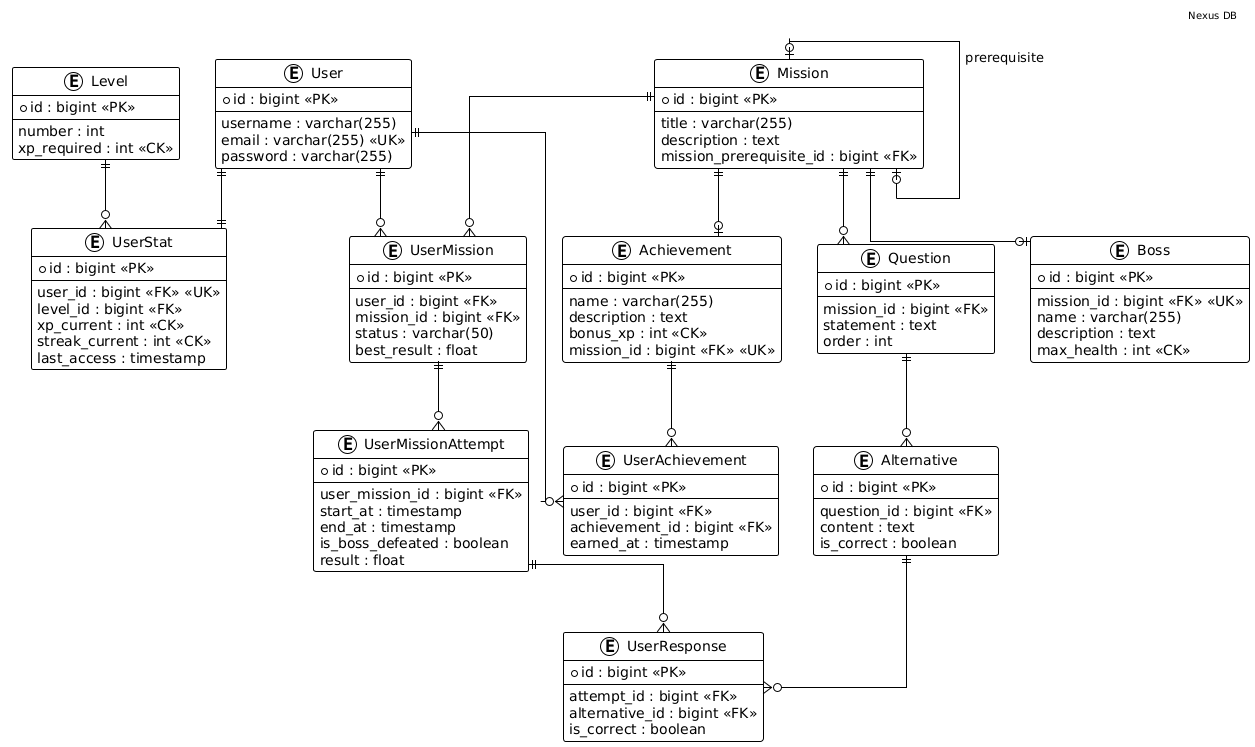
This is resources/assets/dbER.png from dhiogonasc/Nexus-RPG, a PlantUML export, as it was before one commit.
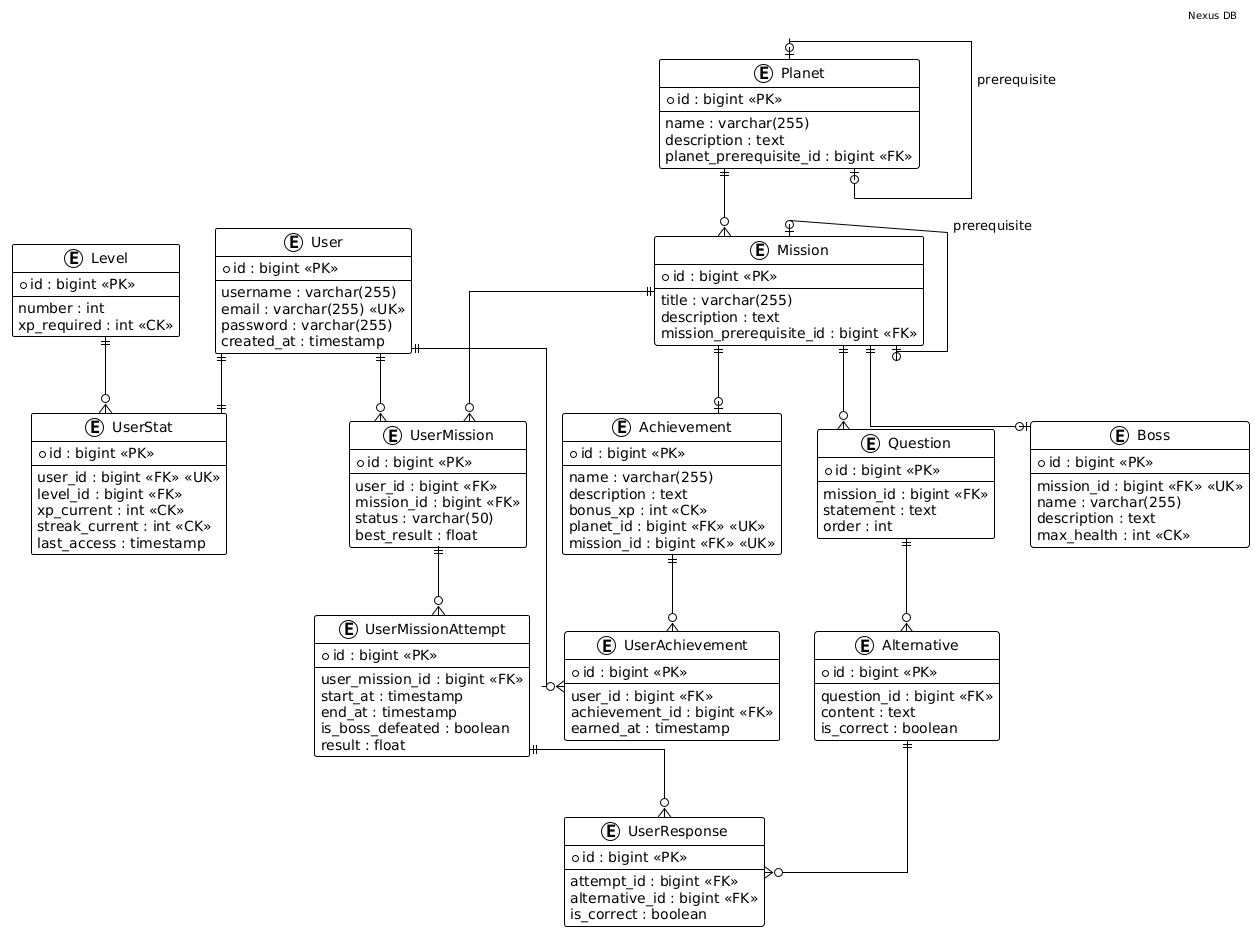
The same file after the commit.

Change to the diagram source:
```diff
@@ -16,6 +16,7 @@
     username : varchar(255)
     email : varchar(255) <<UK>>
     password : varchar(255)
+    created_at : timestamp
 }
 
 entity "UserStat" as user_stat {
@@ -26,6 +27,14 @@
     xp_current : int <<CK>>
     streak_current : int <<CK>>
     last_access : timestamp
+}
+
+entity "Planet" as planet {
+    * id : bigint <<PK>>
+    --
+    name : varchar(255)
+    description : text
+    planet_prerequisite_id : bigint <<FK>>
 }
 
 entity "Mission" as mission {
@@ -94,6 +103,7 @@
     name : varchar(255)
     description : text
     bonus_xp : int <<CK>>
+    planet_id : bigint <<FK>> <<UK>>
     mission_id : bigint <<FK>> <<UK>>
 }
 
@@ -107,6 +117,8 @@
 
 user ||--|| user_stat
 level ||--o{ user_stat
+planet |o--o| planet : "prerequisite"
+planet ||--o{ mission
 mission |o--o| mission : "prerequisite"
 mission ||--o| boss
 mission ||--o{ question
```
